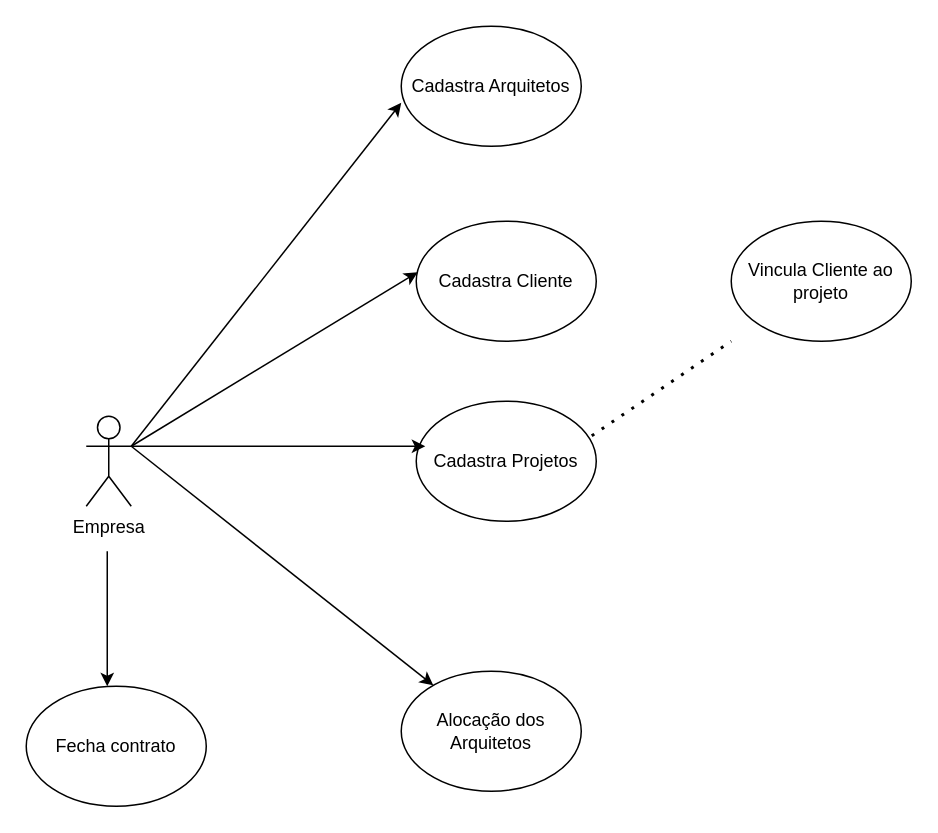
Above: Untitled Diagram.drawio in EdneiFNeto/UML (draw.io), before the change. Source tidied: cells renumbered, new cells numbered last; positions are measured from the earlier drawing's top-left corner, leaving out a move shared by most shapes. Both pictures are drawn from the tidied source at 150%, with x=0, y=0 at pixel (26, 26).
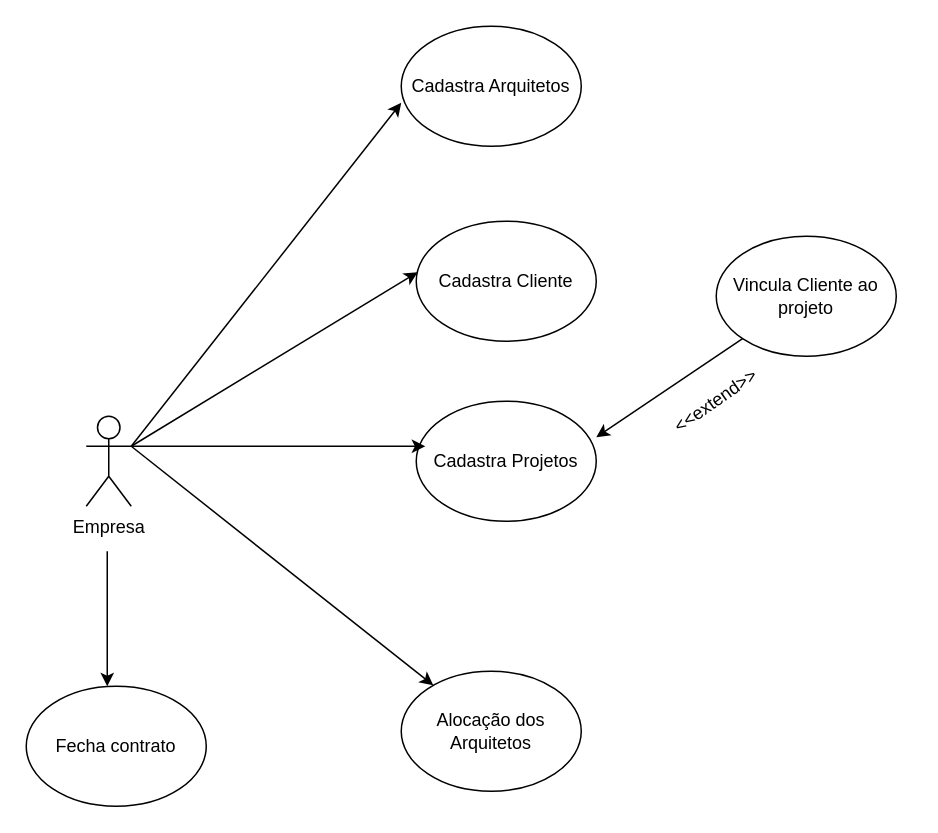
The same diagram, later.

Diff of the diagram source:
```diff
@@
 <mxGraphModel>
   <root>
     <mxCell id="0" />
     <mxCell id="1" parent="0" />
     <mxCell id="2" value="Empresa" style="shape=umlActor;verticalLabelPosition=bottom;verticalAlign=top;html=1;outlineConnect=0;" parent="1" vertex="1">
       <mxGeometry x="40" y="260" width="30" height="60" as="geometry" />
     </mxCell>
     <mxCell id="3" value="Cadastra Arquitetos" style="ellipse;whiteSpace=wrap;html=1;" parent="1" vertex="1">
       <mxGeometry x="250" width="120" height="80" as="geometry" />
     </mxCell>
     <mxCell id="4" value="Cadastra Cliente" style="ellipse;whiteSpace=wrap;html=1;" parent="1" vertex="1">
       <mxGeometry x="260" y="130" width="120" height="80" as="geometry" />
     </mxCell>
     <mxCell id="5" style="endArrow=classic;html=1;exitX=1;exitY=0.3333333333333333;exitDx=0;exitDy=0;exitPerimeter=0;entryX=0.008;entryY=0.425;entryDx=0;entryDy=0;entryPerimeter=0;" parent="1" edge="1" source="2" target="4">
       <mxGeometry relative="1" as="geometry" />
     </mxCell>
     <mxCell id="6" value="Cadastra Projetos" style="ellipse;whiteSpace=wrap;html=1;" parent="1" vertex="1">
       <mxGeometry x="260" y="250" width="120" height="80" as="geometry" />
     </mxCell>
     <mxCell id="7" style="endArrow=classic;html=1;entryX=0.05;entryY=0.375;entryDx=0;entryDy=0;entryPerimeter=0;" parent="1" edge="1" target="6">
       <mxGeometry relative="1" as="geometry">
         <mxPoint x="70" y="280" as="sourcePoint" />
       </mxGeometry>
     </mxCell>
     <mxCell id="8" style="endArrow=classic;html=1;entryX=0;entryY=0.638;entryDx=0;entryDy=0;entryPerimeter=0;" parent="1" edge="1" target="3">
       <mxGeometry relative="1" as="geometry">
         <mxPoint x="70" y="280" as="sourcePoint" />
       </mxGeometry>
     </mxCell>
     <mxCell id="9" value="Fecha contrato" style="ellipse;whiteSpace=wrap;html=1;" parent="1" vertex="1">
       <mxGeometry y="440" width="120" height="80" as="geometry" />
     </mxCell>
     <mxCell id="10" style="endArrow=classic;html=1;entryX=0.45;entryY=0;entryDx=0;entryDy=0;entryPerimeter=0;" parent="1" edge="1" target="9">
       <mxGeometry relative="1" as="geometry">
         <mxPoint x="54" y="350" as="sourcePoint" />
       </mxGeometry>
     </mxCell>
     <mxCell id="11" value="Alocação dos Arquitetos" style="ellipse;whiteSpace=wrap;html=1;" parent="1" vertex="1">
       <mxGeometry x="250" y="430" width="120" height="80" as="geometry" />
     </mxCell>
     <mxCell id="12" style="endArrow=classic;html=1;" parent="1" edge="1" target="11">
       <mxGeometry relative="1" as="geometry">
         <mxPoint x="70" y="280" as="sourcePoint" />
       </mxGeometry>
     </mxCell>
-    <mxCell id="13" style="endArrow=none;dashed=1;html=1;dashPattern=1 3;strokeWidth=2;exitX=0.975;exitY=0.288;exitDx=0;exitDy=0;exitPerimeter=0;" parent="1" edge="1" source="6">
-      <mxGeometry relative="1" as="geometry">
-        <mxPoint x="470" y="210" as="targetPoint" />
-      </mxGeometry>
-    </mxCell>
     <mxCell id="14" value="Vincula Cliente ao projeto" style="ellipse;whiteSpace=wrap;html=1;" parent="1" vertex="1">
-      <mxGeometry x="470" y="130" width="120" height="80" as="geometry" />
+      <mxGeometry x="460" y="140" width="120" height="80" as="geometry" />
     </mxCell>
+    <mxCell id="15" style="endArrow=classic;html=1;entryX=1;entryY=0.3;entryDx=0;entryDy=0;entryPerimeter=0;exitX=0;exitY=1;exitDx=0;exitDy=0;" parent="1" edge="1" source="14" target="6">
+      <mxGeometry relative="1" as="geometry" />
+    </mxCell>
+    <mxCell id="16" value="&amp;lt;&amp;lt;extend&amp;gt;&amp;gt;" style="text;html=1;strokeColor=none;fillColor=none;align=center;verticalAlign=middle;whiteSpace=wrap;rounded=0;rotation=-35;" parent="1" vertex="1">
+      <mxGeometry x="440" y="240" width="40" height="20" as="geometry" />
+    </mxCell>
   </root>
 </mxGraphModel>
```
